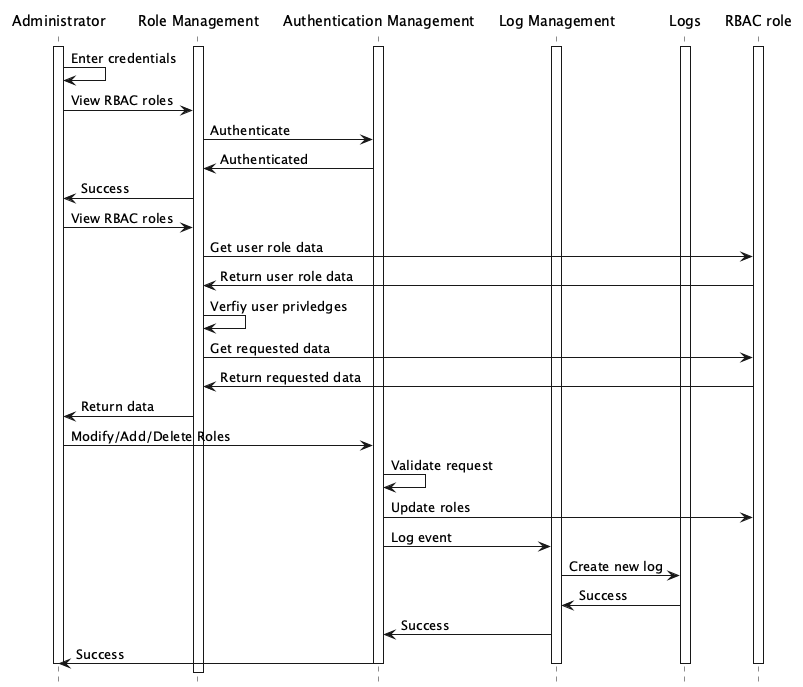
This is seq-diag/BE4.png from kailashsrirang/3a04-deliverable3, a PlantUML export, as it was before one commit. Its diagram source:
```plantuml
@startuml

hide footbox

skinparam ParticipantBorderColor transparent
skinparam ParticipantBackgroundColor transparent
skinparam ActorBorderColor transparent
skinparam ActorBackgroundColor transparent

participant "Administrator" as A
participant "Role Management" as RM
participant "Authentication Management" as AM
participant "Log Management" as LM
participant "Logs" as DB
participant "RBAC role" as RBAC


activate A
activate RM
activate AM
activate RBAC
activate DB
activate LM

A -> A : Enter credentials
A -> RM : View RBAC roles
RM -> AM : Authenticate
AM -> RM : Authenticated
RM -> A : Success

A -> RM : View RBAC roles
RM -> RBAC : Get user role data
RBAC -> RM : Return user role data
RM -> RM : Verfiy user privledges
RM -> RBAC : Get requested data
RBAC -> RM : Return requested data
RM -> A : Return data

A->AM : Modify/Add/Delete Roles
AM->AM : Validate request
AM -> RBAC : Update roles
AM -> LM : Log event
LM -> DB : Create new log
DB -> LM : Success
LM -> AM : Success
AM -> A : Success



deactivate A
deactivate AM
deactivate RBAC
deactivate DB
deactivate LM





@enduml
```
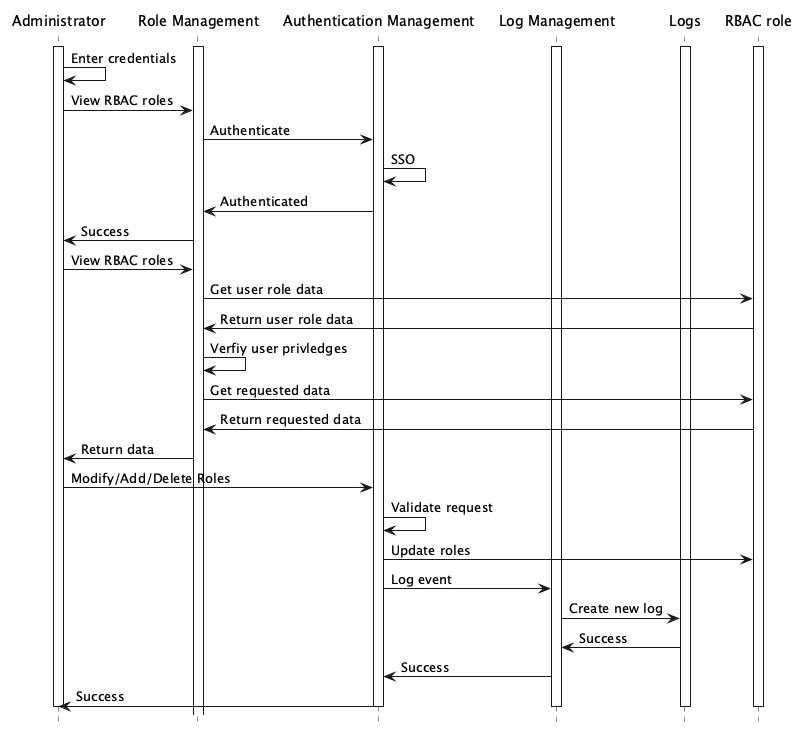
The same file after the commit.

What changed in the source:
```diff
@@ -25,6 +25,7 @@
 A -> A : Enter credentials
 A -> RM : View RBAC roles
 RM -> AM : Authenticate
+AM -> AM : SSO
 AM -> RM : Authenticated
 RM -> A : Success
 
```
